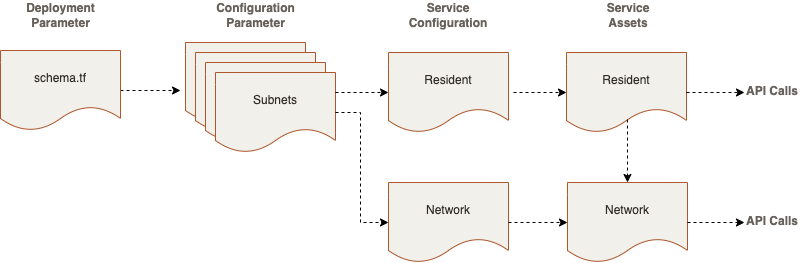
This is service_configuration.drawio.png from ocilabs/images, a draw.io export, as it was before one commit. Source tidied: cells renumbered, new cells last; positions are measured from the earlier drawing's top-left corner, leaving out a move shared by most shapes. Source of this version:
```xml
<mxGraphModel>
  <root>
    <mxCell id="0" />
    <mxCell id="1" parent="0" />
    <mxCell id="2" style="shape=document;whiteSpace=wrap;html=1;boundedLbl=1;labelBackgroundColor=#D5DEE0;fontSize=12;fontColor=#312D2A;fillColor=#F1F0EA;strokeColor=#AE562C;" parent="1" vertex="1">
      <mxGeometry x="185" y="42" width="120" height="80" as="geometry" />
    </mxCell>
    <mxCell id="3" style="shape=document;whiteSpace=wrap;html=1;boundedLbl=1;labelBackgroundColor=#D5DEE0;fontSize=12;fontColor=#312D2A;fillColor=#F1F0EA;strokeColor=#AE562C;" parent="1" vertex="1">
      <mxGeometry x="195" y="52" width="120" height="80" as="geometry" />
    </mxCell>
    <mxCell id="4" style="shape=document;whiteSpace=wrap;html=1;boundedLbl=1;labelBackgroundColor=#D5DEE0;fontSize=12;fontColor=#312D2A;fillColor=#F1F0EA;strokeColor=#AE562C;" parent="1" vertex="1">
      <mxGeometry x="205" y="62" width="120" height="80" as="geometry" />
    </mxCell>
    <mxCell id="5" value="Configuration&lt;br&gt;Parameter" style="text;html=1;align=center;verticalAlign=middle;strokeColor=none;fillColor=none;fontSize=12;fontColor=#67605B;fontStyle=1;" parent="1" vertex="1">
      <mxGeometry x="210" width="90" height="30" as="geometry" />
    </mxCell>
    <mxCell id="6" value="Resident" style="shape=document;whiteSpace=wrap;html=1;boundedLbl=1;labelBackgroundColor=none;fontSize=12;fontColor=#312D2A;fillColor=#F1F0EA;strokeColor=#AE562C;" parent="1" vertex="1">
      <mxGeometry x="388" y="52" width="120" height="80" as="geometry" />
    </mxCell>
    <mxCell id="7" value="Network" style="shape=document;whiteSpace=wrap;html=1;boundedLbl=1;labelBackgroundColor=none;fontSize=12;fontColor=#312D2A;fillColor=#F1F0EA;strokeColor=#AE562C;" parent="1" vertex="1">
      <mxGeometry x="388" y="182" width="120" height="80" as="geometry" />
    </mxCell>
    <mxCell id="8" value="&lt;span&gt;&lt;font face=&quot;helvetica&quot;&gt;Service&lt;br&gt;Configuration&lt;br&gt;&lt;/font&gt;&lt;/span&gt;" style="text;whiteSpace=wrap;html=1;fontSize=12;fontColor=#67605B;align=center;verticalAlign=middle;fontStyle=1;" parent="1" vertex="1">
      <mxGeometry x="383" width="130" height="30" as="geometry" />
    </mxCell>
    <mxCell id="9" value="Resident" style="shape=document;whiteSpace=wrap;html=1;boundedLbl=1;labelBackgroundColor=none;fontSize=12;fontColor=#312D2A;fillColor=#F1F0EA;strokeColor=#AE562C;" parent="1" vertex="1">
      <mxGeometry x="566" y="52" width="120" height="80" as="geometry" />
    </mxCell>
    <mxCell id="10" value="&lt;font face=&quot;helvetica&quot;&gt;Service&lt;br&gt;Assets&lt;br&gt;&lt;/font&gt;" style="text;whiteSpace=wrap;html=1;fontSize=12;fontColor=#67605B;align=center;verticalAlign=middle;fontStyle=1;" parent="1" vertex="1">
      <mxGeometry x="563" width="130" height="30" as="geometry" />
    </mxCell>
    <mxCell id="11" value="Network" style="shape=document;whiteSpace=wrap;html=1;boundedLbl=1;labelBackgroundColor=none;fontSize=12;fontColor=#312D2A;fillColor=#F1F0EA;strokeColor=#AE562C;" parent="1" vertex="1">
      <mxGeometry x="567" y="182" width="120" height="80" as="geometry" />
    </mxCell>
    <mxCell id="12" value="&lt;div style=&quot;text-align: center&quot;&gt;&lt;span&gt;&lt;font face=&quot;helvetica&quot;&gt;API Calls&lt;/font&gt;&lt;/span&gt;&lt;/div&gt;" style="text;whiteSpace=wrap;html=1;fontSize=12;fontColor=#67605B;fontStyle=1;" parent="1" vertex="1">
      <mxGeometry x="744" y="77" width="64" height="30" as="geometry" />
    </mxCell>
    <mxCell id="13" value="Subnets" style="shape=document;whiteSpace=wrap;html=1;boundedLbl=1;labelBackgroundColor=none;fontSize=12;fontColor=#312D2A;fillColor=#F1F0EA;strokeColor=#AE562C;" parent="1" vertex="1">
      <mxGeometry x="215" y="72" width="120" height="80" as="geometry" />
    </mxCell>
    <mxCell id="14" value="&lt;div style=&quot;text-align: center&quot;&gt;&lt;span&gt;&lt;font face=&quot;helvetica&quot;&gt;API Calls&lt;/font&gt;&lt;/span&gt;&lt;/div&gt;" style="text;whiteSpace=wrap;html=1;fontSize=12;fontColor=#67605B;fontStyle=1;" parent="1" vertex="1">
      <mxGeometry x="744" y="207" width="64" height="30" as="geometry" />
    </mxCell>
    <mxCell id="15" style="endArrow=classic;html=1;rounded=0;dashed=1;fontSize=12;fontColor=#312D2A;entryX=0;entryY=0.5;entryDx=0;entryDy=0;exitX=1;exitY=0.25;exitDx=0;exitDy=0;" parent="1" edge="1" source="13" target="6">
      <mxGeometry relative="1" as="geometry" />
    </mxCell>
    <mxCell id="16" style="endArrow=classic;html=1;rounded=0;dashed=1;fontSize=12;fontColor=#312D2A;entryX=0;entryY=0.5;entryDx=0;entryDy=0;" parent="1" edge="1" target="9">
      <mxGeometry relative="1" as="geometry">
        <mxPoint x="513" y="92" as="sourcePoint" />
      </mxGeometry>
    </mxCell>
    <mxCell id="17" style="endArrow=classic;html=1;rounded=0;dashed=1;fontSize=12;fontColor=#312D2A;exitX=0.508;exitY=0.838;exitDx=0;exitDy=0;exitPerimeter=0;entryX=0.5;entryY=0;entryDx=0;entryDy=0;" parent="1" edge="1" source="9" target="11">
      <mxGeometry relative="1" as="geometry" />
    </mxCell>
    <mxCell id="18" style="endArrow=classic;html=1;rounded=0;dashed=1;fontSize=12;fontColor=#312D2A;exitX=1;exitY=0.5;exitDx=0;exitDy=0;entryX=0;entryY=0.5;entryDx=0;entryDy=0;" parent="1" edge="1" source="13" target="7">
      <mxGeometry relative="1" as="geometry">
        <Array as="points">
          <mxPoint x="360" y="112" />
          <mxPoint x="360" y="222" />
        </Array>
      </mxGeometry>
    </mxCell>
    <mxCell id="19" style="edgeStyle=orthogonalEdgeStyle;rounded=0;jettySize=auto;html=1;dashed=1;fontSize=12;fontColor=#312D2A;exitX=1;exitY=0.5;exitDx=0;exitDy=0;" parent="1" edge="1" source="20">
      <mxGeometry relative="1" as="geometry">
        <mxPoint x="180" y="90" as="targetPoint" />
      </mxGeometry>
    </mxCell>
    <mxCell id="20" value="schema.tf" style="shape=document;whiteSpace=wrap;html=1;boundedLbl=1;labelBackgroundColor=none;fontSize=12;fontColor=#312D2A;strokeColor=#AE562C;fillColor=#F1F0EA;" parent="1" vertex="1">
      <mxGeometry y="50" width="120" height="80" as="geometry" />
    </mxCell>
    <mxCell id="21" value="Deployment&lt;br&gt;Parameter" style="text;html=1;align=center;verticalAlign=middle;strokeColor=none;fillColor=none;fontSize=12;fontColor=#67605B;fontStyle=1;" parent="1" vertex="1">
      <mxGeometry x="20" width="80" height="30" as="geometry" />
    </mxCell>
    <mxCell id="22" style="endArrow=classic;html=1;rounded=0;dashed=1;fontSize=12;fontColor=#312D2A;entryX=0;entryY=0.5;entryDx=0;entryDy=0;exitX=1;exitY=0.5;exitDx=0;exitDy=0;" parent="1" edge="1" source="7" target="11">
      <mxGeometry relative="1" as="geometry" />
    </mxCell>
    <mxCell id="23" style="endArrow=classic;html=1;rounded=0;dashed=1;fontSize=12;fontColor=#312D2A;exitX=1;exitY=0.5;exitDx=0;exitDy=0;entryX=0;entryY=0.5;entryDx=0;entryDy=0;" parent="1" edge="1" source="9" target="12">
      <mxGeometry relative="1" as="geometry" />
    </mxCell>
    <mxCell id="24" style="endArrow=classic;html=1;rounded=0;dashed=1;fontSize=12;fontColor=#312D2A;exitX=1;exitY=0.5;exitDx=0;exitDy=0;entryX=0;entryY=0.5;entryDx=0;entryDy=0;" parent="1" edge="1" source="11" target="14">
      <mxGeometry relative="1" as="geometry" />
    </mxCell>
  </root>
</mxGraphModel>
```
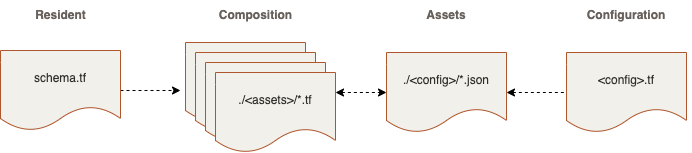
After the commit.

What changed in the source:
```diff
@@ -11,54 +11,31 @@
     <mxCell id="4" style="shape=document;whiteSpace=wrap;html=1;boundedLbl=1;labelBackgroundColor=#D5DEE0;fontSize=12;fontColor=#312D2A;fillColor=#F1F0EA;strokeColor=#AE562C;" parent="1" vertex="1">
       <mxGeometry x="205" y="62" width="120" height="80" as="geometry" />
     </mxCell>
-    <mxCell id="5" value="Configuration&lt;br&gt;Parameter" style="text;html=1;align=center;verticalAlign=middle;strokeColor=none;fillColor=none;fontSize=12;fontColor=#67605B;fontStyle=1;" parent="1" vertex="1">
-      <mxGeometry x="210" width="90" height="30" as="geometry" />
+    <mxCell id="5" value="Composition" style="text;html=1;align=center;verticalAlign=middle;strokeColor=none;fillColor=none;fontSize=12;fontColor=#67605B;fontStyle=1;" parent="1" vertex="1">
+      <mxGeometry x="210" y="5" width="90" height="20" as="geometry" />
     </mxCell>
-    <mxCell id="6" value="Resident" style="shape=document;whiteSpace=wrap;html=1;boundedLbl=1;labelBackgroundColor=none;fontSize=12;fontColor=#312D2A;fillColor=#F1F0EA;strokeColor=#AE562C;" parent="1" vertex="1">
-      <mxGeometry x="388" y="52" width="120" height="80" as="geometry" />
+    <mxCell id="6" value="&amp;lt;config&amp;gt;.tf" style="shape=document;whiteSpace=wrap;html=1;boundedLbl=1;labelBackgroundColor=none;fontSize=12;fontColor=#312D2A;fillColor=#F1F0EA;strokeColor=#AE562C;" parent="1" vertex="1">
+      <mxGeometry x="566" y="52" width="120" height="80" as="geometry" />
     </mxCell>
-    <mxCell id="7" value="Network" style="shape=document;whiteSpace=wrap;html=1;boundedLbl=1;labelBackgroundColor=none;fontSize=12;fontColor=#312D2A;fillColor=#F1F0EA;strokeColor=#AE562C;" parent="1" vertex="1">
-      <mxGeometry x="388" y="182" width="120" height="80" as="geometry" />
+    <mxCell id="7" value="./&amp;lt;config&amp;gt;/*.json" style="shape=document;whiteSpace=wrap;html=1;boundedLbl=1;labelBackgroundColor=none;fontSize=12;fontColor=#312D2A;fillColor=#F1F0EA;strokeColor=#AE562C;" parent="1" vertex="1">
+      <mxGeometry x="386" y="52" width="120" height="80" as="geometry" />
     </mxCell>
-    <mxCell id="8" value="&lt;span&gt;&lt;font face=&quot;helvetica&quot;&gt;Service&lt;br&gt;Configuration&lt;br&gt;&lt;/font&gt;&lt;/span&gt;" style="text;whiteSpace=wrap;html=1;fontSize=12;fontColor=#67605B;align=center;verticalAlign=middle;fontStyle=1;" parent="1" vertex="1">
-      <mxGeometry x="383" width="130" height="30" as="geometry" />
+    <mxCell id="8" value="&lt;span&gt;&lt;font face=&quot;helvetica&quot;&gt;Configuration&lt;br&gt;&lt;/font&gt;&lt;/span&gt;" style="text;whiteSpace=wrap;html=1;fontSize=12;fontColor=#67605B;align=center;verticalAlign=middle;fontStyle=1;" parent="1" vertex="1">
+      <mxGeometry x="561" width="130" height="30" as="geometry" />
     </mxCell>
-    <mxCell id="9" value="Resident" style="shape=document;whiteSpace=wrap;html=1;boundedLbl=1;labelBackgroundColor=none;fontSize=12;fontColor=#312D2A;fillColor=#F1F0EA;strokeColor=#AE562C;" parent="1" vertex="1">
-      <mxGeometry x="566" y="52" width="120" height="80" as="geometry" />
-    </mxCell>
-    <mxCell id="10" value="&lt;font face=&quot;helvetica&quot;&gt;Service&lt;br&gt;Assets&lt;br&gt;&lt;/font&gt;" style="text;whiteSpace=wrap;html=1;fontSize=12;fontColor=#67605B;align=center;verticalAlign=middle;fontStyle=1;" parent="1" vertex="1">
-      <mxGeometry x="563" width="130" height="30" as="geometry" />
-    </mxCell>
-    <mxCell id="11" value="Network" style="shape=document;whiteSpace=wrap;html=1;boundedLbl=1;labelBackgroundColor=none;fontSize=12;fontColor=#312D2A;fillColor=#F1F0EA;strokeColor=#AE562C;" parent="1" vertex="1">
-      <mxGeometry x="567" y="182" width="120" height="80" as="geometry" />
-    </mxCell>
-    <mxCell id="12" value="&lt;div style=&quot;text-align: center&quot;&gt;&lt;span&gt;&lt;font face=&quot;helvetica&quot;&gt;API Calls&lt;/font&gt;&lt;/span&gt;&lt;/div&gt;" style="text;whiteSpace=wrap;html=1;fontSize=12;fontColor=#67605B;fontStyle=1;" parent="1" vertex="1">
-      <mxGeometry x="744" y="77" width="64" height="30" as="geometry" />
-    </mxCell>
-    <mxCell id="13" value="Subnets" style="shape=document;whiteSpace=wrap;html=1;boundedLbl=1;labelBackgroundColor=none;fontSize=12;fontColor=#312D2A;fillColor=#F1F0EA;strokeColor=#AE562C;" parent="1" vertex="1">
+    <mxCell id="13" value="./&amp;lt;assets&amp;gt;/*.tf" style="shape=document;whiteSpace=wrap;html=1;boundedLbl=1;labelBackgroundColor=none;fontSize=12;fontColor=#312D2A;fillColor=#F1F0EA;strokeColor=#AE562C;" parent="1" vertex="1">
       <mxGeometry x="215" y="72" width="120" height="80" as="geometry" />
     </mxCell>
-    <mxCell id="14" value="&lt;div style=&quot;text-align: center&quot;&gt;&lt;span&gt;&lt;font face=&quot;helvetica&quot;&gt;API Calls&lt;/font&gt;&lt;/span&gt;&lt;/div&gt;" style="text;whiteSpace=wrap;html=1;fontSize=12;fontColor=#67605B;fontStyle=1;" parent="1" vertex="1">
-      <mxGeometry x="744" y="207" width="64" height="30" as="geometry" />
-    </mxCell>
-    <mxCell id="15" style="endArrow=classic;html=1;rounded=0;dashed=1;fontSize=12;fontColor=#312D2A;entryX=0;entryY=0.5;entryDx=0;entryDy=0;exitX=1;exitY=0.25;exitDx=0;exitDy=0;" parent="1" edge="1" source="13" target="6">
+    <mxCell id="15" style="endArrow=classic;html=1;rounded=0;dashed=1;fontSize=12;fontColor=#312D2A;entryX=0;entryY=0.5;entryDx=0;entryDy=0;exitX=1;exitY=0.25;exitDx=0;exitDy=0;startArrow=classic;startFill=1;" parent="1" edge="1" source="13" target="7">
       <mxGeometry relative="1" as="geometry" />
     </mxCell>
-    <mxCell id="16" style="endArrow=classic;html=1;rounded=0;dashed=1;fontSize=12;fontColor=#312D2A;entryX=0;entryY=0.5;entryDx=0;entryDy=0;" parent="1" edge="1" target="9">
-      <mxGeometry relative="1" as="geometry">
-        <mxPoint x="513" y="92" as="sourcePoint" />
-      </mxGeometry>
-    </mxCell>
-    <mxCell id="17" style="endArrow=classic;html=1;rounded=0;dashed=1;fontSize=12;fontColor=#312D2A;exitX=0.508;exitY=0.838;exitDx=0;exitDy=0;exitPerimeter=0;entryX=0.5;entryY=0;entryDx=0;entryDy=0;" parent="1" edge="1" source="9" target="11">
-      <mxGeometry relative="1" as="geometry" />
+    <mxCell id="17" style="endArrow=classic;html=1;rounded=0;dashed=1;fontSize=12;fontColor=#312D2A;exitX=0.508;exitY=0.838;exitDx=0;exitDy=0;exitPerimeter=0;entryX=0.5;entryY=0;entryDx=0;entryDy=0;" parent="1" edge="1" target="x">
+      <mxGeometry relative="1" as="geometry">
+        <mxPoint x="627" y="119" as="sourcePoint" />
+      </mxGeometry>
     </mxCell>
-    <mxCell id="18" style="endArrow=classic;html=1;rounded=0;dashed=1;fontSize=12;fontColor=#312D2A;exitX=1;exitY=0.5;exitDx=0;exitDy=0;entryX=0;entryY=0.5;entryDx=0;entryDy=0;" parent="1" edge="1" source="13" target="7">
-      <mxGeometry relative="1" as="geometry">
-        <Array as="points">
-          <mxPoint x="360" y="112" />
-          <mxPoint x="360" y="222" />
-        </Array>
-      </mxGeometry>
+    <mxCell id="18" style="endArrow=none;html=1;rounded=0;dashed=1;fontSize=12;fontColor=#312D2A;exitX=1;exitY=0.5;exitDx=0;exitDy=0;entryX=0;entryY=0.5;entryDx=0;entryDy=0;startArrow=classic;startFill=1;endFill=0;" parent="1" edge="1" source="7" target="6">
+      <mxGeometry relative="1" as="geometry" />
     </mxCell>
     <mxCell id="19" style="edgeStyle=orthogonalEdgeStyle;rounded=0;jettySize=auto;html=1;dashed=1;fontSize=12;fontColor=#312D2A;exitX=1;exitY=0.5;exitDx=0;exitDy=0;" parent="1" edge="1" source="20">
       <mxGeometry relative="1" as="geometry">
@@ -68,17 +45,11 @@
     <mxCell id="20" value="schema.tf" style="shape=document;whiteSpace=wrap;html=1;boundedLbl=1;labelBackgroundColor=none;fontSize=12;fontColor=#312D2A;strokeColor=#AE562C;fillColor=#F1F0EA;" parent="1" vertex="1">
       <mxGeometry y="50" width="120" height="80" as="geometry" />
     </mxCell>
-    <mxCell id="21" value="Deployment&lt;br&gt;Parameter" style="text;html=1;align=center;verticalAlign=middle;strokeColor=none;fillColor=none;fontSize=12;fontColor=#67605B;fontStyle=1;" parent="1" vertex="1">
-      <mxGeometry x="20" width="80" height="30" as="geometry" />
+    <mxCell id="21" value="Resident" style="text;html=1;align=center;verticalAlign=middle;strokeColor=none;fillColor=none;fontSize=12;fontColor=#67605B;fontStyle=1;" parent="1" vertex="1">
+      <mxGeometry x="25" y="5" width="70" height="20" as="geometry" />
     </mxCell>
-    <mxCell id="22" style="endArrow=classic;html=1;rounded=0;dashed=1;fontSize=12;fontColor=#312D2A;entryX=0;entryY=0.5;entryDx=0;entryDy=0;exitX=1;exitY=0.5;exitDx=0;exitDy=0;" parent="1" edge="1" source="7" target="11">
-      <mxGeometry relative="1" as="geometry" />
-    </mxCell>
-    <mxCell id="23" style="endArrow=classic;html=1;rounded=0;dashed=1;fontSize=12;fontColor=#312D2A;exitX=1;exitY=0.5;exitDx=0;exitDy=0;entryX=0;entryY=0.5;entryDx=0;entryDy=0;" parent="1" edge="1" source="9" target="12">
-      <mxGeometry relative="1" as="geometry" />
-    </mxCell>
-    <mxCell id="24" style="endArrow=classic;html=1;rounded=0;dashed=1;fontSize=12;fontColor=#312D2A;exitX=1;exitY=0.5;exitDx=0;exitDy=0;entryX=0;entryY=0.5;entryDx=0;entryDy=0;" parent="1" edge="1" source="11" target="14">
-      <mxGeometry relative="1" as="geometry" />
-    </mxCell>
+    <mxCell id="25" value="&lt;span&gt;&lt;font face=&quot;helvetica&quot;&gt;Assets&lt;br&gt;&lt;/font&gt;&lt;/span&gt;" style="text;whiteSpace=wrap;html=1;fontSize=12;fontColor=#67605B;align=center;verticalAlign=middle;fontStyle=1;" parent="1" vertex="1">
+      <mxGeometry x="386" width="120" height="30" as="geometry" />
+    </mxCell>
   </root>
 </mxGraphModel>
```
